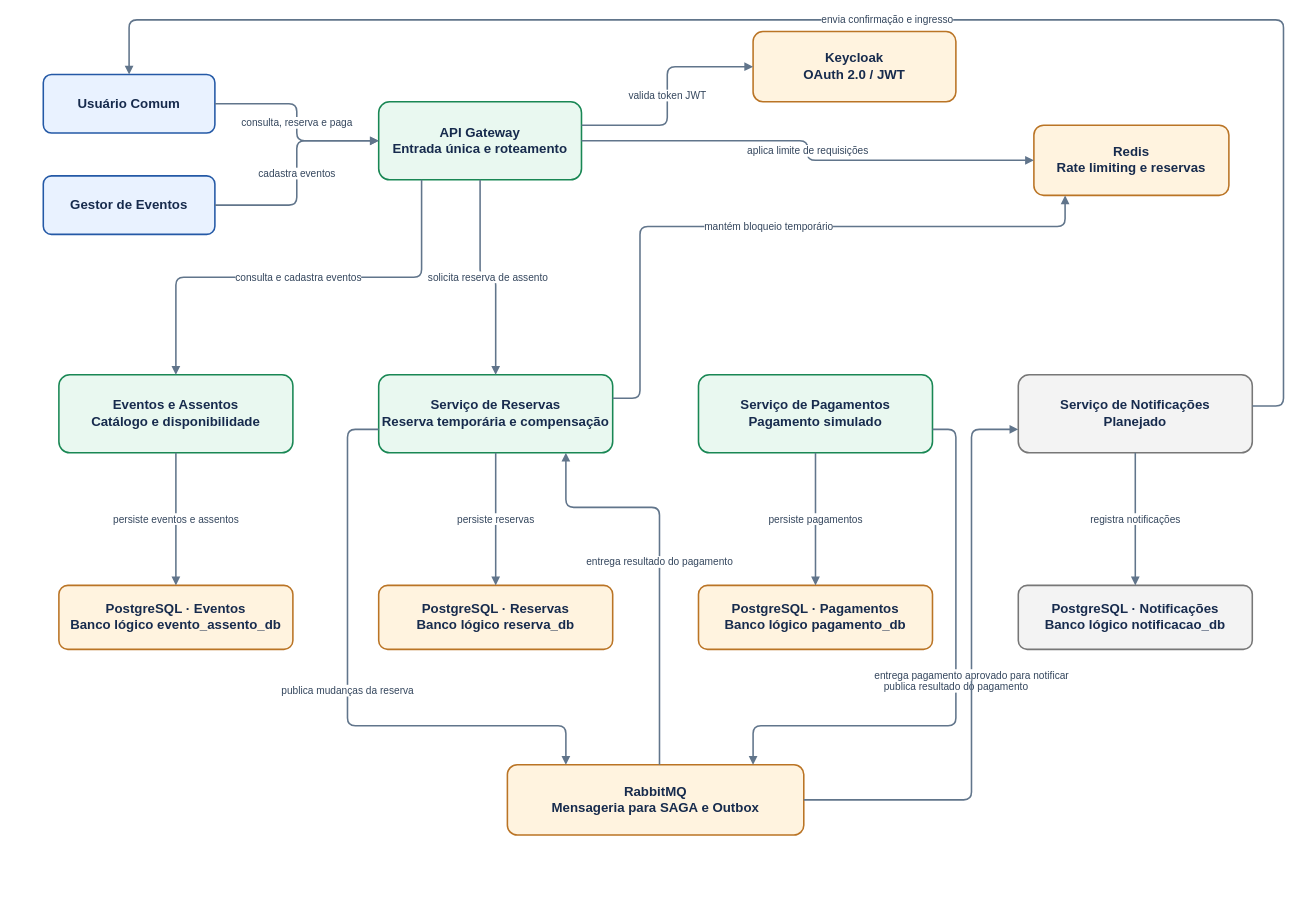
This is docs/arquitetura/c4-nivel2.drawio from jovilourenco/projeto-eng_sistemas_distribuidos, a draw.io file, before an edit. Source tidied: cells renumbered, new cells numbered last; positions are measured from the earlier drawing's top-left corner, leaving out a move shared by most shapes. Both pictures are drawn from the tidied source at 78%, with x=0, y=0 at pixel (43, 20).
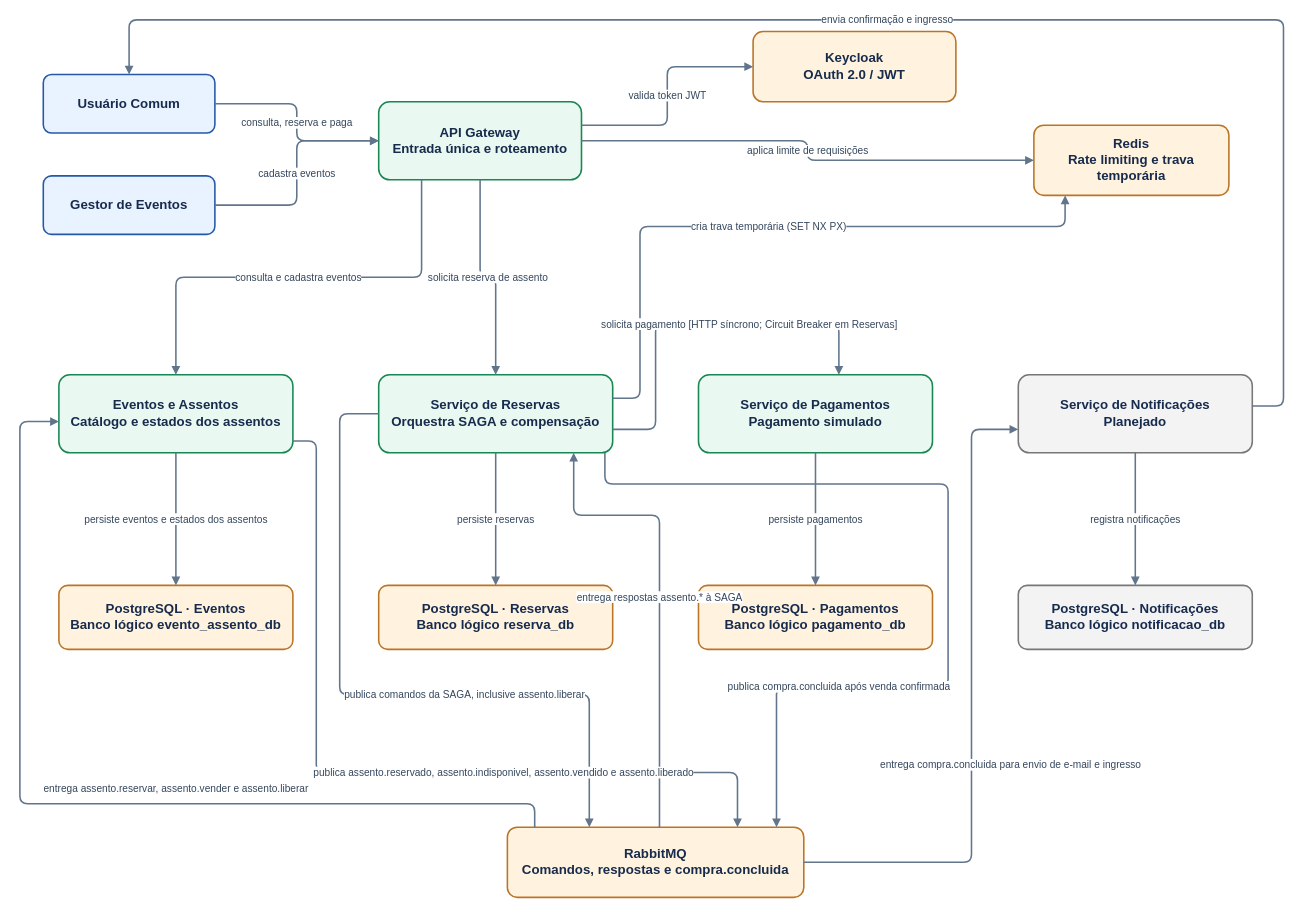
After the change.

Commit message (it also covers changes not shown here):
docs: alinhar diagrama C4 de containers aos ADRs

The change refers to these unchanged cells:
```xml
<mxCell id="9" value="Serviço de Pagamentos&lt;br&gt;Pagamento simulado" style="rounded=1;whiteSpace=wrap;html=1;fillColor=#E9F8F0;strokeColor=#198754;strokeWidth=2;fontColor=#172B4D;fontSize=17;fontStyle=1;align=center;verticalAlign=middle;arcSize=14;" parent="1" vertex="1">
  <mxGeometry x="840" y="455" width="300" height="100" as="geometry" />
</mxCell>
<mxCell id="10" value="Serviço de Notificações&lt;br&gt;Planejado" style="rounded=1;whiteSpace=wrap;html=1;fillColor=#F3F3F3;strokeColor=#777777;strokeWidth=2;fontColor=#172B4D;fontSize=17;fontStyle=1;align=center;verticalAlign=middle;arcSize=14;" parent="1" vertex="1">
  <mxGeometry x="1250" y="455" width="300" height="100" as="geometry" />
</mxCell>
<mxCell id="11" value="PostgreSQL · Eventos&lt;br&gt;Banco lógico evento_assento_db" style="rounded=1;whiteSpace=wrap;html=1;fillColor=#FFF3DF;strokeColor=#BA7425;strokeWidth=2;fontColor=#172B4D;fontSize=17;fontStyle=1;align=center;verticalAlign=middle;arcSize=14;" parent="1" vertex="1">
  <mxGeometry x="20" y="725" width="300" height="82" as="geometry" />
</mxCell>
```

What changed in the source:
```diff
@@
-    <mxCell id="6" value="Redis&lt;br&gt;Rate limiting e reservas" style="rounded=1;whiteSpace=wrap;html=1;fillColor=#FFF3DF;strokeColor=#BA7425;strokeWidth=2;fontColor=#172B4D;fontSize=17;fontStyle=1;align=center;verticalAlign=middle;arcSize=14;" parent="1" vertex="1">
+    <mxCell id="6" value="Redis&lt;br&gt;Rate limiting e trava temporária" style="rounded=1;whiteSpace=wrap;html=1;fillColor=#FFF3DF;strokeColor=#BA7425;strokeWidth=2;fontColor=#172B4D;fontSize=17;fontStyle=1;align=center;verticalAlign=middle;arcSize=14;" parent="1" vertex="1">
       <mxGeometry x="1270" y="135" width="250" height="90" as="geometry" />
     </mxCell>
-    <mxCell id="7" value="Eventos e Assentos&lt;br&gt;Catálogo e disponibilidade" style="rounded=1;whiteSpace=wrap;html=1;fillColor=#E9F8F0;strokeColor=#198754;strokeWidth=2;fontColor=#172B4D;fontSize=17;fontStyle=1;align=center;verticalAlign=middle;arcSize=14;" parent="1" vertex="1">
+    <mxCell id="7" value="Eventos e Assentos&lt;br&gt;Catálogo e estados dos assentos" style="rounded=1;whiteSpace=wrap;html=1;fillColor=#E9F8F0;strokeColor=#198754;strokeWidth=2;fontColor=#172B4D;fontSize=17;fontStyle=1;align=center;verticalAlign=middle;arcSize=14;" parent="1" vertex="1">
       <mxGeometry x="20" y="455" width="300" height="100" as="geometry" />
     </mxCell>
-    <mxCell id="8" value="Serviço de Reservas&lt;br&gt;Reserva temporária e compensação" style="rounded=1;whiteSpace=wrap;html=1;fillColor=#E9F8F0;strokeColor=#198754;strokeWidth=2;fontColor=#172B4D;fontSize=17;fontStyle=1;align=center;verticalAlign=middle;arcSize=14;" parent="1" vertex="1">
+    <mxCell id="8" value="Serviço de Reservas&lt;br&gt;Orquestra SAGA e compensação" style="rounded=1;whiteSpace=wrap;html=1;fillColor=#E9F8F0;strokeColor=#198754;strokeWidth=2;fontColor=#172B4D;fontSize=17;fontStyle=1;align=center;verticalAlign=middle;arcSize=14;" parent="1" vertex="1">
       <mxGeometry x="430" y="455" width="300" height="100" as="geometry" />
     </mxCell>
@@
-    <mxCell id="15" value="RabbitMQ&lt;br&gt;Mensageria para SAGA e Outbox" style="rounded=1;whiteSpace=wrap;html=1;fillColor=#FFF3DF;strokeColor=#BA7425;strokeWidth=2;fontColor=#172B4D;fontSize=17;fontStyle=1;align=center;verticalAlign=middle;arcSize=14;" parent="1" vertex="1">
-      <mxGeometry x="595" y="955" width="380" height="90" as="geometry" />
+    <mxCell id="15" value="RabbitMQ&lt;br&gt;Comandos, respostas e compra.concluida" style="rounded=1;whiteSpace=wrap;html=1;fillColor=#FFF3DF;strokeColor=#BA7425;strokeWidth=2;fontColor=#172B4D;fontSize=17;fontStyle=1;align=center;verticalAlign=middle;arcSize=14;" parent="1" vertex="1">
+      <mxGeometry x="595" y="1035" width="380" height="90" as="geometry" />
     </mxCell>
@@
-    <mxCell id="22" value="mantém bloqueio temporário" style="edgeStyle=orthogonalEdgeStyle;rounded=1;jettySize=auto;html=1;endArrow=block;endFill=1;strokeColor=#61758B;strokeWidth=2;fontColor=#34465D;fontSize=13;labelBackgroundColor=#FFFFFF;" parent="1" edge="1" source="8" target="6">
+    <mxCell id="22" value="cria trava temporária (SET NX PX)" style="edgeStyle=orthogonalEdgeStyle;rounded=1;jettySize=auto;html=1;endArrow=block;endFill=1;strokeColor=#61758B;strokeWidth=2;fontColor=#34465D;fontSize=13;labelBackgroundColor=#FFFFFF;" parent="1" edge="1" source="8" target="6">
       <mxGeometry relative="1" as="geometry">
         <Array as="points">
           <mxPoint x="765" y="485" />
           <mxPoint x="765" y="265" />
           <mxPoint x="1310" y="265" />
         </Array>
       </mxGeometry>
     </mxCell>
-    <mxCell id="23" value="persiste eventos e assentos" style="edgeStyle=orthogonalEdgeStyle;rounded=1;jettySize=auto;html=1;endArrow=block;endFill=1;strokeColor=#61758B;strokeWidth=2;fontColor=#34465D;fontSize=13;labelBackgroundColor=#FFFFFF;" parent="1" edge="1" source="7" target="11">
+    <mxCell id="23" value="persiste eventos e estados dos assentos" style="edgeStyle=orthogonalEdgeStyle;rounded=1;jettySize=auto;html=1;endArrow=block;endFill=1;strokeColor=#61758B;strokeWidth=2;fontColor=#34465D;fontSize=13;labelBackgroundColor=#FFFFFF;" parent="1" edge="1" source="7" target="11">
       <mxGeometry relative="1" as="geometry" />
     </mxCell>
@@
-    <mxCell id="27" value="publica mudanças da reserva" style="edgeStyle=orthogonalEdgeStyle;rounded=1;jettySize=auto;html=1;endArrow=block;endFill=1;strokeColor=#61758B;strokeWidth=2;fontColor=#34465D;fontSize=13;labelBackgroundColor=#FFFFFF;" parent="1" edge="1" source="8" target="15">
+    <mxCell id="27" value="publica comandos da SAGA, inclusive assento.liberar" style="edgeStyle=orthogonalEdgeStyle;rounded=1;jettySize=auto;html=1;endArrow=block;endFill=1;strokeColor=#61758B;strokeWidth=2;fontColor=#34465D;fontSize=13;labelBackgroundColor=#FFFFFF;" parent="1" edge="1" source="8" target="15">
       <mxGeometry relative="1" as="geometry">
         <Array as="points">
-          <mxPoint x="390" y="525" />
-          <mxPoint x="390" y="905" />
-          <mxPoint x="670" y="905" />
+          <mxPoint x="380" y="505" />
+          <mxPoint x="380" y="865" />
+          <mxPoint x="700" y="865" />
         </Array>
+        <mxPoint x="120" as="offset" />
       </mxGeometry>
     </mxCell>
-    <mxCell id="28" value="publica resultado do pagamento" style="edgeStyle=orthogonalEdgeStyle;rounded=1;jettySize=auto;html=1;endArrow=block;endFill=1;strokeColor=#61758B;strokeWidth=2;fontColor=#34465D;fontSize=13;labelBackgroundColor=#FFFFFF;" parent="1" edge="1" source="9" target="15">
+    <mxCell id="28" value="solicita pagamento [HTTP síncrono; Circuit Breaker em Reservas]" style="edgeStyle=orthogonalEdgeStyle;rounded=1;jettySize=auto;html=1;endArrow=block;endFill=1;strokeColor=#61758B;strokeWidth=2;fontColor=#34465D;fontSize=13;labelBackgroundColor=#FFFFFF;" parent="1" edge="1" source="8" target="9">
       <mxGeometry relative="1" as="geometry">
         <Array as="points">
-          <mxPoint x="1170" y="525" />
-          <mxPoint x="1170" y="905" />
-          <mxPoint x="910" y="905" />
+          <mxPoint x="785" y="525" />
+          <mxPoint x="785" y="390" />
+          <mxPoint x="1020" y="390" />
         </Array>
+        <mxPoint x="65" as="offset" />
       </mxGeometry>
     </mxCell>
-    <mxCell id="29" value="entrega resultado do pagamento" style="edgeStyle=orthogonalEdgeStyle;rounded=1;jettySize=auto;html=1;endArrow=block;endFill=1;strokeColor=#61758B;strokeWidth=2;fontColor=#34465D;fontSize=13;labelBackgroundColor=#FFFFFF;" parent="1" edge="1" source="15" target="8">
+    <mxCell id="29" value="entrega respostas assento.* à SAGA" style="edgeStyle=orthogonalEdgeStyle;rounded=1;jettySize=auto;html=1;endArrow=block;endFill=1;strokeColor=#61758B;strokeWidth=2;fontColor=#34465D;fontSize=13;labelBackgroundColor=#FFFFFF;" parent="1" edge="1" source="15" target="8">
       <mxGeometry relative="1" as="geometry">
         <Array as="points">
-          <mxPoint x="790" y="625" />
-          <mxPoint x="670" y="625" />
+          <mxPoint x="790" y="635" />
+          <mxPoint x="680" y="635" />
         </Array>
       </mxGeometry>
     </mxCell>
-    <mxCell id="30" value="entrega pagamento aprovado para notificar" style="edgeStyle=orthogonalEdgeStyle;rounded=1;jettySize=auto;html=1;endArrow=block;endFill=1;strokeColor=#61758B;strokeWidth=2;fontColor=#34465D;fontSize=13;labelBackgroundColor=#FFFFFF;" parent="1" edge="1" source="15" target="10">
+    <mxCell id="30" value="entrega compra.concluida para envio de e-mail e ingresso" style="edgeStyle=orthogonalEdgeStyle;rounded=1;jettySize=auto;html=1;endArrow=block;endFill=1;strokeColor=#61758B;strokeWidth=2;fontColor=#34465D;fontSize=13;labelBackgroundColor=#FFFFFF;" parent="1" edge="1" source="15" target="10">
       <mxGeometry relative="1" as="geometry">
         <Array as="points">
-          <mxPoint x="1190" y="1000" />
+          <mxPoint x="1190" y="1080" />
           <mxPoint x="1190" y="525" />
         </Array>
+        <mxPoint x="50" y="75" as="offset" />
       </mxGeometry>
     </mxCell>
+    <mxCell id="32" value="entrega assento.reservar, assento.vender e assento.liberar" style="edgeStyle=orthogonalEdgeStyle;rounded=1;jettySize=auto;html=1;endArrow=block;endFill=1;strokeColor=#61758B;strokeWidth=2;fontColor=#34465D;fontSize=13;labelBackgroundColor=#FFFFFF;" parent="1" edge="1" source="15" target="7">
+      <mxGeometry relative="1" as="geometry">
+        <Array as="points">
+          <mxPoint x="630" y="1005" />
+          <mxPoint x="-30" y="1005" />
+          <mxPoint x="-30" y="515" />
+        </Array>
+        <mxPoint x="125" y="-20" as="offset" />
+      </mxGeometry>
+    </mxCell>
+    <mxCell id="33" value="publica assento.reservado, assento.indisponivel, assento.vendido e assento.liberado" style="edgeStyle=orthogonalEdgeStyle;rounded=1;jettySize=auto;html=1;endArrow=block;endFill=1;strokeColor=#61758B;strokeWidth=2;fontColor=#34465D;fontSize=13;labelBackgroundColor=#FFFFFF;" parent="1" edge="1" source="7" target="15">
+      <mxGeometry relative="1" as="geometry">
+        <Array as="points">
+          <mxPoint x="350" y="540" />
+          <mxPoint x="350" y="965" />
+          <mxPoint x="890" y="965" />
+        </Array>
+        <mxPoint x="162" as="offset" />
+      </mxGeometry>
+    </mxCell>
+    <mxCell id="34" value="publica compra.concluida após venda confirmada" style="edgeStyle=orthogonalEdgeStyle;rounded=1;jettySize=auto;html=1;endArrow=block;endFill=1;strokeColor=#61758B;strokeWidth=2;fontColor=#34465D;fontSize=13;labelBackgroundColor=#FFFFFF;" parent="1" edge="1" source="8" target="15">
+      <mxGeometry relative="1" as="geometry">
+        <Array as="points">
+          <mxPoint x="720" y="595" />
+          <mxPoint x="1160" y="595" />
+          <mxPoint x="1160" y="855" />
+          <mxPoint x="940" y="855" />
+        </Array>
+        <mxPoint x="-140" y="170" as="offset" />
+      </mxGeometry>
+    </mxCell>
```
